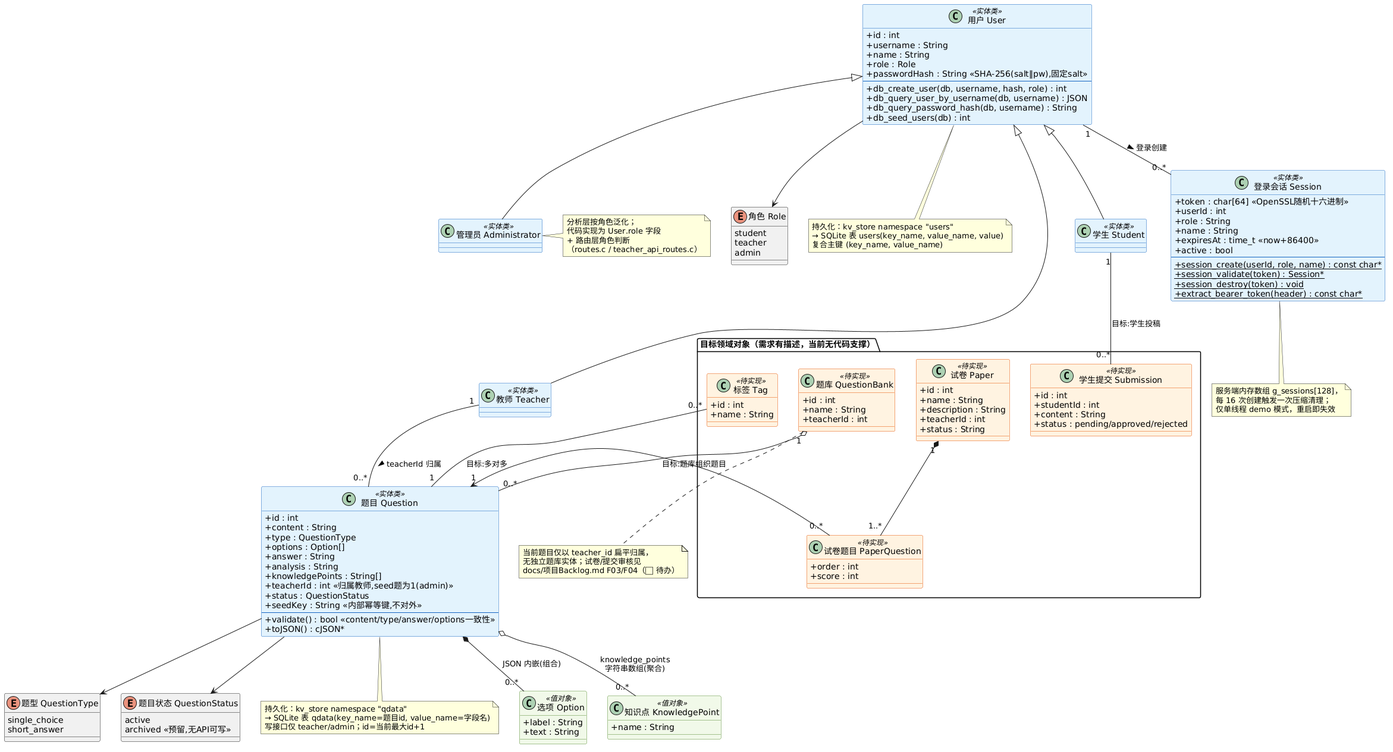
Earlier version of the PlantUML export OOA_OOD/diagrams/class/cls1_domain.png (Araaaagorn/ai-question-bank). Source of this version:
```plantuml
@startuml cls1_domain
skinparam shadowing false
skinparam classAttributeIconSize 0
skinparam class {
  BackgroundColor<<实体类>> #E3F2FD
  BorderColor<<实体类>> #1565C0
  BackgroundColor<<值对象>> #F1F8E9
  BorderColor<<值对象>> #558B2F
  BackgroundColor<<待实现>> #FFF3E0
  BorderColor<<待实现>> #E65100
}

enum "角色 Role" as Role {
  student
  teacher
  admin
}

class "用户 User" as User <<实体类>> {
  +id : int
  +username : String
  +name : String
  +role : Role
  +passwordHash : String «SHA-256(salt‖pw),固定salt»
  --
  +db_create_user(db, username, hash, role) : int
  +db_query_user_by_username(db, username) : JSON
  +db_query_password_hash(db, username) : String
  +db_seed_users(db) : int
}
note bottom of User
  持久化：kv_store namespace "users"
  → SQLite 表 users(key_name, value_name, value)
  复合主键 (key_name, value_name)
end note

class "管理员 Administrator" as Admin <<实体类>>
class "教师 Teacher" as Teacher <<实体类>>
class "学生 Student" as Student <<实体类>>
User <|-- Admin
User <|-- Teacher
User <|-- Student
note right of Admin
  分析层按角色泛化；
  代码实现为 User.role 字段
  + 路由层角色判断
  （routes.c / teacher_api_routes.c）
end note

class "登录会话 Session" as Session <<实体类>> {
  +token : char[64] «OpenSSL随机十六进制»
  +userId : int
  +role : String
  +name : String
  +expiresAt : time_t «now+86400»
  +active : bool
  --
  +{static} session_create(userId, role, name) : const char*
  +{static} session_validate(token) : Session*
  +{static} session_destroy(token) : void
  +{static} extract_bearer_token(header) : const char*
}
note bottom of Session
  服务端内存数组 g_sessions[128]，
  每 16 次创建触发一次压缩清理；
  仅单线程 demo 模式，重启即失效
end note

enum "题型 QuestionType" as QType {
  single_choice
  short_answer
}
enum "题目状态 QuestionStatus" as QStatus {
  active
  archived «预留,无API可写»
}

class "题目 Question" as Question <<实体类>> {
  +id : int
  +content : String
  +type : QuestionType
  +options : Option[]
  +answer : String
  +analysis : String
  +knowledgePoints : String[]
  +teacherId : int «归属教师,seed题为1(admin)»
  +status : QuestionStatus
  +seedKey : String «内部幂等键,不对外»
  --
  +validate() : bool «content/type/answer/options一致性»
  +toJSON() : cJSON*
}
note bottom of Question
  持久化：kv_store namespace "qdata"
  → SQLite 表 qdata(key_name=题目id, value_name=字段名)
  写接口仅 teacher/admin；id=当前最大id+1
end note

class "选项 Option" as Option <<值对象>> {
  +label : String
  +text : String
}
class "知识点 KnowledgePoint" as KP <<值对象>> {
  +name : String
}

User "1" -- "0..*" Session : 登录创建 >
Teacher "1" -- "0..*" Question : teacherId 归属 >
Question *-- "0..*" Option : JSON 内嵌(组合)
Question o-- "0..*" KP : knowledge_points\n字符串数组(聚合)
Question --> QType
Question --> QStatus
User --> Role

package "目标领域对象（需求有描述，当前无代码支撑）" {
  class "题库 QuestionBank" as Bank <<待实现>> {
    +id : int
    +name : String
    +teacherId : int
  }
  class "标签 Tag" as Tag <<待实现>> {
    +id : int
    +name : String
  }
  class "试卷 Paper" as Paper <<待实现>> {
    +id : int
    +name : String
    +description : String
    +teacherId : int
    +status : String
  }
  class "试卷题目 PaperQuestion" as PaperQ <<待实现>> {
    +order : int
    +score : int
  }
  class "学生提交 Submission" as Sub <<待实现>> {
    +id : int
    +studentId : int
    +content : String
    +status : pending/approved/rejected
  }
}
Bank "1" o-- "0..*" Question : 目标:题库组织题目
Question "1" -- "0..*" Tag : 目标:多对多
Paper "1" *-- "1..*" PaperQ
PaperQ "0..*" --> "1" Question
Student "1" -- "0..*" Sub : 目标:学生投稿
note bottom of Bank
  当前题目仅以 teacher_id 扁平归属，
  无独立题库实体；试卷/提交审核见
  docs/项目Backlog.md F03/F04（⬜ 待办）
end note
@enduml
```
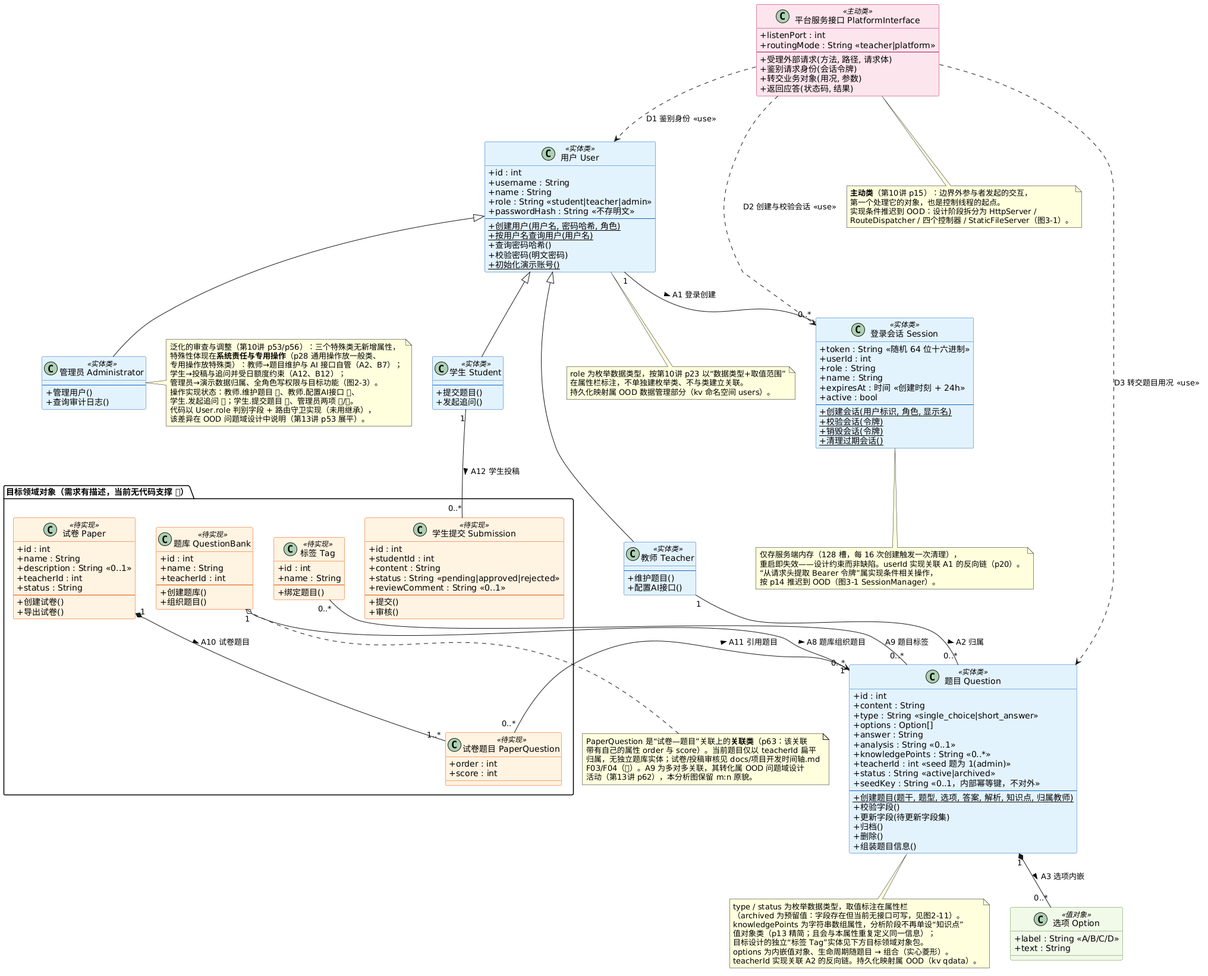
After the change.

Change to the diagram source:
```diff
@@ -1,133 +1,168 @@
-@startuml cls1_domain
+@startuml
 skinparam shadowing false
 skinparam classAttributeIconSize 0
 skinparam class {
   BackgroundColor<<实体类>> #E3F2FD
   BorderColor<<实体类>> #1565C0
+  BackgroundColor<<主动类>> #FCE4EC
+  BorderColor<<主动类>> #AD1457
   BackgroundColor<<值对象>> #F1F8E9
   BorderColor<<值对象>> #558B2F
   BackgroundColor<<待实现>> #FFF3E0
   BorderColor<<待实现>> #E65100
 }
 
-enum "角色 Role" as Role {
-  student
-  teacher
-  admin
+class "平台服务接口 PlatformInterface" as PI <<主动类>> {
+  +listenPort : int
+  +routingMode : String «teacher|platform»
+  --
+  +受理外部请求(方法, 路径, 请求体)
+  +鉴别请求身份(会话令牌)
+  +转交业务对象(用况, 参数)
+  +返回应答(状态码, 结果)
 }
+note bottom of PI
+  **主动类**（第10讲 p15）：边界外参与者发起的交互，
+  第一个处理它的对象，也是控制线程的起点。
+  实现条件推迟到 OOD：设计阶段拆分为 HttpServer /
+  RouteDispatcher / 四个控制器 / StaticFileServer（图3-1）。
+end note
 
 class "用户 User" as User <<实体类>> {
   +id : int
   +username : String
   +name : String
-  +role : Role
-  +passwordHash : String «SHA-256(salt‖pw),固定salt»
+  +role : String «student|teacher|admin»
+  +passwordHash : String «不存明文»
   --
-  +db_create_user(db, username, hash, role) : int
-  +db_query_user_by_username(db, username) : JSON
-  +db_query_password_hash(db, username) : String
-  +db_seed_users(db) : int
+  +{static} 创建用户(用户名, 密码哈希, 角色)
+  +{static} 按用户名查询用户(用户名)
+  +查询密码哈希()
+  +校验密码(明文密码)
+  +{static} 初始化演示账号()
 }
 note bottom of User
-  持久化：kv_store namespace "users"
-  → SQLite 表 users(key_name, value_name, value)
-  复合主键 (key_name, value_name)
+  role 为枚举数据类型，按第10讲 p23 以“数据类型+取值范围”
+  在属性栏标注，不单独建枚举类、不与类建立关联。
+  持久化映射属 OOD 数据管理部分（kv 命名空间 users）。
 end note
 
-class "管理员 Administrator" as Admin <<实体类>>
-class "教师 Teacher" as Teacher <<实体类>>
-class "学生 Student" as Student <<实体类>>
+class "管理员 Administrator" as Admin <<实体类>> {
+  --
+  +管理用户()
+  +查询审计日志()
+}
+class "教师 Teacher" as Teacher <<实体类>> {
+  --
+  +维护题目()
+  +配置AI接口()
+}
+class "学生 Student" as Student <<实体类>> {
+  --
+  +提交题目()
+  +发起追问()
+}
 User <|-- Admin
 User <|-- Teacher
 User <|-- Student
 note right of Admin
-  分析层按角色泛化；
-  代码实现为 User.role 字段
-  + 路由层角色判断
-  （routes.c / teacher_api_routes.c）
+  泛化的审查与调整（第10讲 p53/p56）：三个特殊类无新增属性，
+  特殊性体现在**系统责任与专用操作**（p28 通用操作放一般类、
+  专用操作放特殊类）：教师→题目维护与 AI 接口自管（A2、B7）；
+  学生→投稿与追问并受日额度约束（A12、B12）；
+  管理员→演示数据归属、全角色写权限与目标功能（图2-3）。
+  操作实现状态：教师.维护题目 ✅、教师.配置AI接口 ✅、
+  学生.发起追问 ✅；学生.提交题目 ⬜、管理员两项 ⬜/🟡。
+  代码以 User.role 判别字段 + 路由守卫实现（未用继承），
+  该差异在 OOD 问题域设计中说明（第13讲 p53 展平）。
 end note
 
 class "登录会话 Session" as Session <<实体类>> {
-  +token : char[64] «OpenSSL随机十六进制»
+  +token : String «随机 64 位十六进制»
   +userId : int
   +role : String
   +name : String
-  +expiresAt : time_t «now+86400»
+  +expiresAt : 时间 «创建时刻 + 24h»
   +active : bool
   --
-  +{static} session_create(userId, role, name) : const char*
-  +{static} session_validate(token) : Session*
-  +{static} session_destroy(token) : void
-  +{static} extract_bearer_token(header) : const char*
+  +{static} 创建会话(用户标识, 角色, 显示名)
+  +{static} 校验会话(令牌)
+  +{static} 销毁会话(令牌)
+  +{static} 清理过期会话()
 }
 note bottom of Session
-  服务端内存数组 g_sessions[128]，
-  每 16 次创建触发一次压缩清理；
-  仅单线程 demo 模式，重启即失效
+  仅存服务端内存（128 槽，每 16 次创建触发一次清理），
+  重启即失效——设计约束而非缺陷。userId 实现关联 A1 的反向链（p20）。
+  “从请求头提取 Bearer 令牌”属实现条件相关操作，
+  按 p14 推迟到 OOD（图3-1 SessionManager）。
 end note
-
-enum "题型 QuestionType" as QType {
-  single_choice
-  short_answer
-}
-enum "题目状态 QuestionStatus" as QStatus {
-  active
-  archived «预留,无API可写»
-}
 
 class "题目 Question" as Question <<实体类>> {
   +id : int
   +content : String
-  +type : QuestionType
+  +type : String «single_choice|short_answer»
   +options : Option[]
   +answer : String
-  +analysis : String
-  +knowledgePoints : String[]
-  +teacherId : int «归属教师,seed题为1(admin)»
-  +status : QuestionStatus
-  +seedKey : String «内部幂等键,不对外»
+  +analysis : String «0..1»
+  +knowledgePoints : String «0..*»
+  +teacherId : int «seed 题为 1(admin)»
+  +status : String «active|archived»
+  +seedKey : String «0..1，内部幂等键，不对外»
   --
-  +validate() : bool «content/type/answer/options一致性»
-  +toJSON() : cJSON*
+  +{static} 创建题目(题干, 题型, 选项, 答案, 解析, 知识点, 归属教师)
+  +校验字段()
+  +更新字段(待更新字段集)
+  +归档()
+  +删除()
+  +组装题目信息()
 }
 note bottom of Question
-  持久化：kv_store namespace "qdata"
-  → SQLite 表 qdata(key_name=题目id, value_name=字段名)
-  写接口仅 teacher/admin；id=当前最大id+1
+  type / status 为枚举数据类型，取值标注在属性栏
+  （archived 为预留值：字段存在但当前无接口可写，见图2-11）。
+  knowledgePoints 为字符串数组属性，分析阶段不再单设“知识点”
+  值对象类（p13 精简；且会与本属性重复定义同一信息）；
+  目标设计的独立“标签 Tag”实体见下方目标领域对象包。
+  options 为内嵌值对象、生命周期随题目 → 组合（实心菱形）。
+  teacherId 实现关联 A2 的反向链。持久化映射属 OOD（kv qdata）。
 end note
 
 class "选项 Option" as Option <<值对象>> {
-  +label : String
+  +label : String «A/B/C/D»
   +text : String
 }
-class "知识点 KnowledgePoint" as KP <<值对象>> {
-  +name : String
-}
 
-User "1" -- "0..*" Session : 登录创建 >
-Teacher "1" -- "0..*" Question : teacherId 归属 >
-Question *-- "0..*" Option : JSON 内嵌(组合)
-Question o-- "0..*" KP : knowledge_points\n字符串数组(聚合)
-Question --> QType
-Question --> QStatus
-User --> Role
+Question "1" *-- "0..*" Option : A3 选项内嵌 >
 
-package "目标领域对象（需求有描述，当前无代码支撑）" {
+User "1" -- "0..*" Session : A1 登录创建 >
+Teacher "1" -- "0..*" Question : A2 归属 >
+PI ..> User : D1 鉴别身份 <<use>>
+PI ..> Session : D2 创建与校验会话 <<use>>
+PI ..> Question : D3 转交题目用况 <<use>>
+
+package "目标领域对象（需求有描述，当前无代码支撑 ⬜）" {
   class "题库 QuestionBank" as Bank <<待实现>> {
     +id : int
     +name : String
     +teacherId : int
+    --
+    +创建题库()
+    +组织题目()
   }
   class "标签 Tag" as Tag <<待实现>> {
     +id : int
     +name : String
+    --
+    +绑定题目()
   }
   class "试卷 Paper" as Paper <<待实现>> {
     +id : int
     +name : String
-    +description : String
+    +description : String «0..1»
     +teacherId : int
     +status : String
+    --
+    +创建试卷()
+    +导出试卷()
   }
   class "试卷题目 PaperQuestion" as PaperQ <<待实现>> {
     +order : int
@@ -137,17 +172,23 @@
     +id : int
     +studentId : int
     +content : String
-    +status : pending/approved/rejected
+    +status : String «pending|approved|rejected»
+    +reviewComment : String «0..1»
+    --
+    +提交()
+    +审核()
   }
 }
-Bank "1" o-- "0..*" Question : 目标:题库组织题目
-Question "1" -- "0..*" Tag : 目标:多对多
-Paper "1" *-- "1..*" PaperQ
-PaperQ "0..*" --> "1" Question
-Student "1" -- "0..*" Sub : 目标:学生投稿
+Bank "1" o-- "0..*" Question : A8 题库组织题目 >
+Question "0..*" -- "0..*" Tag : A9 题目标签
+Paper "1" *-- "1..*" PaperQ : A10 试卷题目 >
+PaperQ "0..*" --> "1" Question : A11 引用题目 >
+Student "1" -- "0..*" Sub : A12 学生投稿 >
 note bottom of Bank
-  当前题目仅以 teacher_id 扁平归属，
-  无独立题库实体；试卷/提交审核见
-  docs/项目Backlog.md F03/F04（⬜ 待办）
+  PaperQuestion 是“试卷—题目”关联上的**关联类**（p63：该关联
+  带有自己的属性 order 与 score）。当前题目仅以 teacherId 扁平
+  归属，无独立题库实体；试卷/投稿审核见 docs/项目开发时间轴.md
+  F03/F04（⬜）。A9 为多对多关联，其转化属 OOD 问题域设计
+  活动（第13讲 p62），本分析图保留 m:n 原貌。
 end note
 @enduml
```
